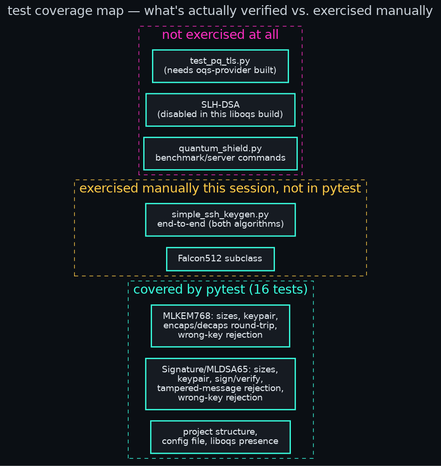
This is diagrams/08-test-coverage-map.png from danindiana/quantum-shield, a Graphviz export, as it was before one commit. Its source is kept beside it as diagrams/08-test-coverage-map.dot. The source it was exported from:
```dot
digraph coverage {
  bgcolor="#0b0f14";
  rankdir=LR;
  fontname="Helvetica";
  fontcolor="#c9d1d9";
  labelloc="t";
  label="test coverage map — what's actually verified vs. exercised manually";
  fontsize=20;
  node [style=filled, fillcolor="#161b22", color="#39ffe0", fontcolor="#e6edf3", fontname="Helvetica", penwidth=2, shape=box, margin="0.25,0.15"];
  edge [color="#8f5cff", fontcolor="#c9d1d9", fontname="Helvetica", penwidth=1.6, fontsize=11];

  subgraph cluster_tested {
    label="covered by pytest (16 tests)";
    fontcolor="#39ffe0";
    color="#39ffe0";
    style=dashed;
    kem_tests [label="MLKEM768: sizes, keypair,\nencaps/decaps round-trip,\nwrong-key rejection", color="#39ffe0"];
    sig_tests [label="Signature/MLDSA65: sizes,\nkeypair, sign/verify,\ntampered-message rejection,\nwrong-key rejection", color="#39ffe0"];
    setup_tests [label="project structure,\nconfig file, liboqs presence"];
  }

  subgraph cluster_manual {
    label="exercised manually this session, not in pytest";
    fontcolor="#ffcb47";
    color="#ffcb47";
    style=dashed;
    ssh_manual [label="simple_ssh_keygen.py\nend-to-end (both algorithms)"];
    falcon_manual [label="Falcon512 subclass"];
  }

  subgraph cluster_untested {
    label="not exercised at all";
    fontcolor="#ff2ec4";
    color="#ff2ec4";
    style=dashed;
    tls [label="test_pq_tls.py\n(needs oqs-provider built)"];
    slhdsa [label="SLH-DSA\n(disabled in this liboqs build)"];
    cli_untested [label="quantum_shield.py\nbenchmark/server commands"];
  }
}
```
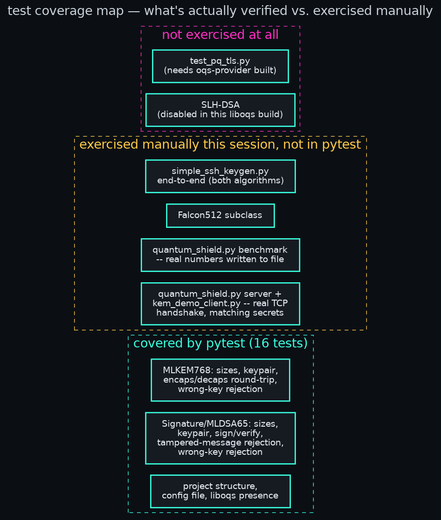
The same diagram one commit later.

What changed in the source:
```diff
@@ -26,6 +26,8 @@
     style=dashed;
     ssh_manual [label="simple_ssh_keygen.py\nend-to-end (both algorithms)"];
     falcon_manual [label="Falcon512 subclass"];
+    benchmark_manual [label="quantum_shield.py benchmark\n-- real numbers written to file"];
+    server_manual [label="quantum_shield.py server +\nkem_demo_client.py -- real TCP\nhandshake, matching secrets"];
   }
 
   subgraph cluster_untested {
@@ -35,6 +37,5 @@
     style=dashed;
     tls [label="test_pq_tls.py\n(needs oqs-provider built)"];
     slhdsa [label="SLH-DSA\n(disabled in this liboqs build)"];
-    cli_untested [label="quantum_shield.py\nbenchmark/server commands"];
   }
 }
```
